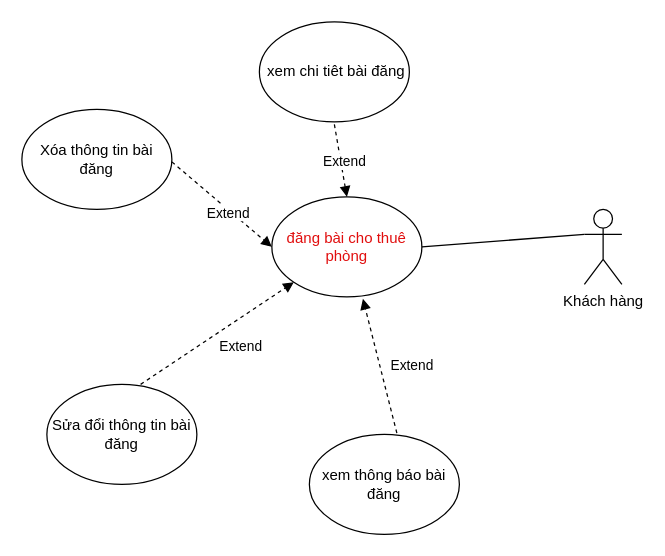
Earlier version of the draw.io diagram page "Page-4" (4 of 7) of usecase.drawio (Uechi123/PTTKHTTT). Source tidied: cells renumbered, new cells numbered last; positions are measured from the earlier drawing's top-left corner, leaving out a move shared by most shapes. Both pictures are drawn from the tidied source at 125%, with x=0, y=0 at pixel (21, 21).
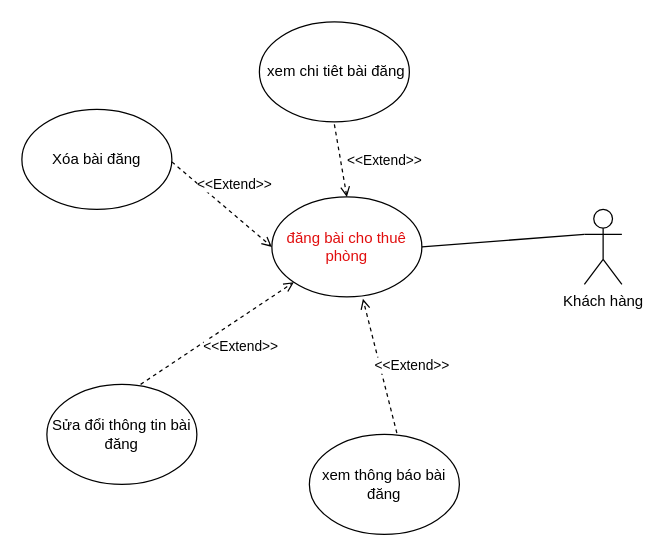
The same page after the edit.

The change refers to these unchanged cells:
```xml
<mxCell id="2" value="đăng bài cho thuê phòng" style="ellipse;whiteSpace=wrap;html=1;fontColor=#e10e0e;" parent="1" vertex="1">
  <mxGeometry x="200" y="140" width="120" height="80" as="geometry" />
</mxCell>
```

Change to the diagram source:
```diff
@@
-    <mxCell id="5" style="endArrow=block;html=1;rounded=0;entryX=0;entryY=1;entryDx=0;entryDy=0;dashed=1;startArrow=none;startFill=0;endFill=1;exitX=1;exitY=0.5;exitDx=0;exitDy=0;" parent="1" edge="1" target="2">
+    <mxCell id="5" style="endArrow=open;html=1;rounded=0;entryX=0;entryY=1;entryDx=0;entryDy=0;dashed=1;startArrow=none;startFill=0;endFill=0;exitX=1;exitY=0.5;exitDx=0;exitDy=0;" parent="1" edge="1" target="2">
       <mxGeometry relative="1" as="geometry">
         <mxPoint x="95" y="290" as="sourcePoint" />
       </mxGeometry>
     </mxCell>
-    <mxCell id="6" value="Extend" style="edgeLabel;html=1;align=center;verticalAlign=middle;" parent="5" vertex="1">
+    <mxCell id="6" value="&amp;lt;&amp;lt;Extend&amp;gt;&amp;gt;" style="edgeLabel;html=1;align=center;verticalAlign=middle;" parent="5" vertex="1">
       <mxGeometry x="-0.04" y="-11" relative="1" as="geometry">
         <mxPoint x="14" as="offset" />
       </mxGeometry>
     </mxCell>
-    <mxCell id="7" style="endArrow=block;html=1;rounded=0;entryX=0.607;entryY=1.02;entryDx=0;entryDy=0;dashed=1;startArrow=none;startFill=0;endFill=1;exitX=1;exitY=0.5;exitDx=0;exitDy=0;entryPerimeter=0;" parent="1" edge="1" target="2">
+    <mxCell id="7" style="endArrow=open;html=1;rounded=0;entryX=0.607;entryY=1.02;entryDx=0;entryDy=0;dashed=1;startArrow=none;startFill=0;endFill=0;exitX=1;exitY=0.5;exitDx=0;exitDy=0;entryPerimeter=0;" parent="1" edge="1" target="2">
       <mxGeometry relative="1" as="geometry">
         <mxPoint x="300" y="329" as="sourcePoint" />
       </mxGeometry>
     </mxCell>
-    <mxCell id="8" value="Extend" style="edgeLabel;html=1;align=center;verticalAlign=middle;" parent="7" vertex="1">
+    <mxCell id="8" value="&amp;lt;&amp;lt;Extend&amp;gt;&amp;gt;" style="edgeLabel;html=1;align=center;verticalAlign=middle;" parent="7" vertex="1">
       <mxGeometry x="-0.04" y="-11" relative="1" as="geometry">
         <mxPoint x="14" as="offset" />
       </mxGeometry>
     </mxCell>
@@
-    <mxCell id="11" value="Xóa thông tin bài đăng" style="ellipse;whiteSpace=wrap;html=1;" parent="1" vertex="1">
+    <mxCell id="11" value="Xóa bài đăng" style="ellipse;whiteSpace=wrap;html=1;" parent="1" vertex="1">
       <mxGeometry y="70" width="120" height="80" as="geometry" />
     </mxCell>
-    <mxCell id="12" style="endArrow=block;html=1;rounded=0;entryX=0;entryY=0.5;entryDx=0;entryDy=0;dashed=1;startArrow=none;startFill=0;endFill=1;exitX=1;exitY=0.5;exitDx=0;exitDy=0;" parent="1" edge="1" target="2">
+    <mxCell id="12" style="endArrow=open;html=1;rounded=0;entryX=0;entryY=0.5;entryDx=0;entryDy=0;dashed=1;startArrow=none;startFill=0;endFill=0;exitX=1;exitY=0.5;exitDx=0;exitDy=0;" parent="1" edge="1" target="2">
       <mxGeometry relative="1" as="geometry">
         <mxPoint x="120" y="112" as="sourcePoint" />
       </mxGeometry>
     </mxCell>
-    <mxCell id="13" value="Extend" style="edgeLabel;html=1;align=center;verticalAlign=middle;" parent="12" vertex="1">
+    <mxCell id="13" value="&amp;lt;&amp;lt;Extend&amp;gt;&amp;gt;" style="edgeLabel;html=1;align=center;verticalAlign=middle;" parent="12" vertex="1">
       <mxGeometry x="-0.04" y="-11" relative="1" as="geometry">
-        <mxPoint x="14" as="offset" />
+        <mxPoint x="19" y="-23" as="offset" />
       </mxGeometry>
     </mxCell>
@@
-    <mxCell id="15" style="endArrow=block;html=1;rounded=0;entryX=0.5;entryY=0;entryDx=0;entryDy=0;dashed=1;startArrow=none;startFill=0;endFill=1;exitX=1;exitY=0.5;exitDx=0;exitDy=0;" parent="1" edge="1" target="2">
+    <mxCell id="15" style="endArrow=open;html=1;rounded=0;entryX=0.5;entryY=0;entryDx=0;entryDy=0;dashed=1;startArrow=none;startFill=0;endFill=0;exitX=1;exitY=0.5;exitDx=0;exitDy=0;" parent="1" edge="1" target="2">
       <mxGeometry relative="1" as="geometry">
         <mxPoint x="250" y="82" as="sourcePoint" />
       </mxGeometry>
     </mxCell>
-    <mxCell id="16" value="Extend" style="edgeLabel;html=1;align=center;verticalAlign=middle;" parent="15" vertex="1">
+    <mxCell id="16" value="&amp;lt;&amp;lt;Extend&amp;gt;&amp;gt;" style="edgeLabel;html=1;align=center;verticalAlign=middle;" parent="15" vertex="1">
       <mxGeometry x="-0.04" y="-11" relative="1" as="geometry">
-        <mxPoint x="14" as="offset" />
+        <mxPoint x="46" y="-1" as="offset" />
       </mxGeometry>
     </mxCell>
```
